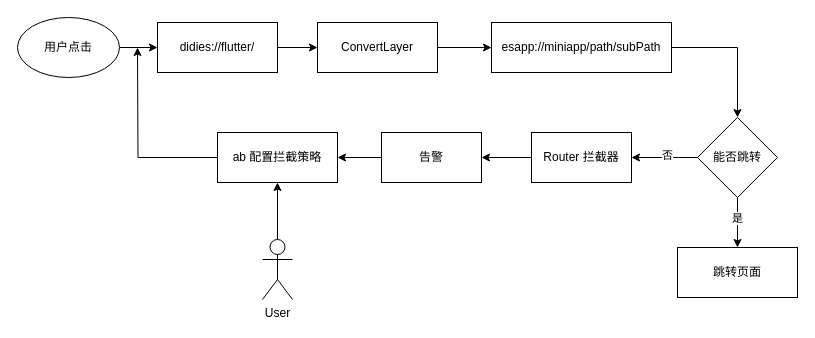
Earlier version of the draw.io diagram page "旧 Router 兼容" (1 of 6) of 容器化实施方案.drawio (ashen-23/DrawIORepo). Source tidied: cells renumbered, new cells numbered last; positions are measured from the earlier drawing's top-left corner, leaving out a move shared by most shapes. Both pictures are drawn from the tidied source at 100%, with x=0, y=0 at pixel (17, 17).
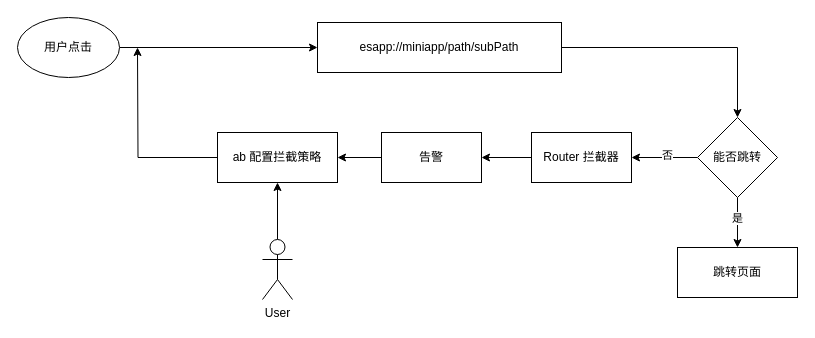
The same diagram, later.

Commit message:
更新容器化实施方案.drawio

The change refers to these unchanged cells:
```xml
<mxCell id="23" value="用户点击" style="ellipse;whiteSpace=wrap;html=1;" parent="1" vertex="1">
  <mxGeometry width="102" height="60" as="geometry" />
</mxCell>
```

Diff of the diagram source:
```diff
@@
-    <mxCell id="2" style="edgeStyle=orthogonalEdgeStyle;rounded=0;jettySize=auto;html=1;entryX=0;entryY=0.5;entryDx=0;entryDy=0;" parent="1" edge="1" source="3" target="7">
-      <mxGeometry relative="1" as="geometry" />
-    </mxCell>
-    <mxCell id="3" value="ConvertLayer" style="rounded=0;whiteSpace=wrap;html=1;" parent="1" vertex="1">
-      <mxGeometry x="300" y="5" width="120" height="50" as="geometry" />
-    </mxCell>
-    <mxCell id="4" style="edgeStyle=orthogonalEdgeStyle;rounded=0;jettySize=auto;html=1;entryX=0;entryY=0.5;entryDx=0;entryDy=0;" parent="1" edge="1" source="5" target="3">
-      <mxGeometry relative="1" as="geometry" />
-    </mxCell>
-    <mxCell id="5" value="didies://flutter/" style="rounded=0;whiteSpace=wrap;html=1;" parent="1" vertex="1">
-      <mxGeometry x="140" y="5" width="120" height="50" as="geometry" />
-    </mxCell>
@@
     <mxCell id="7" value="esapp://miniapp/path/subPath" style="whiteSpace=wrap;html=1;" parent="1" vertex="1">
-      <mxGeometry x="474" y="5" width="180" height="50" as="geometry" />
+      <mxGeometry x="300" y="5" width="244" height="50" as="geometry" />
     </mxCell>
@@
-    <mxCell id="22" style="edgeStyle=orthogonalEdgeStyle;rounded=0;jettySize=auto;html=1;entryX=0;entryY=0.5;entryDx=0;entryDy=0;" parent="1" edge="1" source="23" target="5">
+    <mxCell id="22" style="edgeStyle=orthogonalEdgeStyle;rounded=0;jettySize=auto;html=1;entryX=0;entryY=0.5;entryDx=0;entryDy=0;" parent="1" edge="1" source="23" target="7">
       <mxGeometry relative="1" as="geometry" />
     </mxCell>
```
